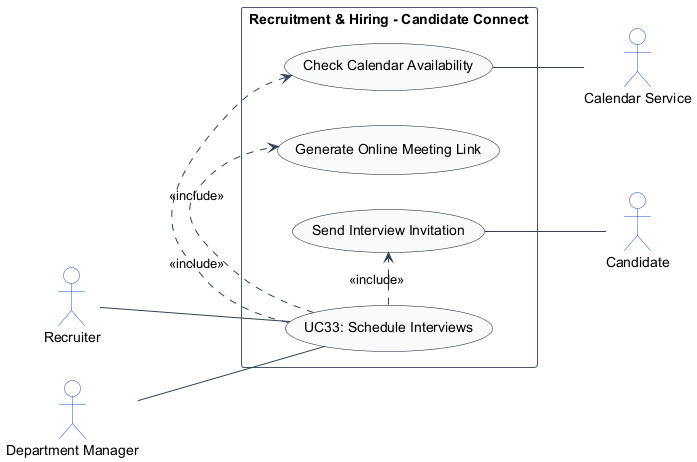
TamBui1706/HRPlatform keeps this PlantUML diagram as usecase_images/module_04_recruitment_hiring/UC33.png. Above is the earlier version.
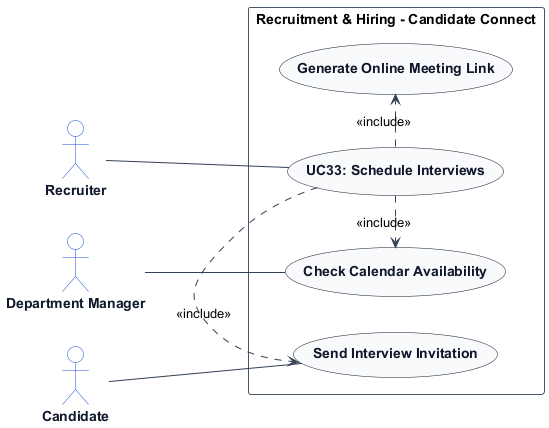
After the change.

What changed in the source:
```diff
@@ -7,15 +7,20 @@
 skinparam ArrowColor #334155
 skinparam ActorBorderColor #1d4ed8
 skinparam ActorBackgroundColor #ffffff
+skinparam ActorFontColor #0f172a
+skinparam ActorFontStyle bold
+
 skinparam UsecaseBorderColor #0f172a
 skinparam UsecaseBackgroundColor #f8fafc
+skinparam UsecaseFontColor #0f172a
+skinparam UsecaseFontStyle bold
+
 skinparam RectangleBorderColor #475569
 skinparam RectangleBackgroundColor #ffffff
 
 actor "Recruiter" as Recruiter
+actor "Department Manager" as DepartmentManager
 actor "Candidate" as Candidate
-actor "Department Manager" as DepartmentManager
-actor "Calendar Service" as CalendarService
 
 rectangle "Recruitment & Hiring - Candidate Connect" {
     usecase "UC33: Schedule Interviews" as UC_Main
@@ -24,11 +29,10 @@
     usecase "Send Interview Invitation" as UC_SendInvite
 
     Recruiter -- UC_Main
-    DepartmentManager -- UC_Main
+    DepartmentManager -- UC_CheckCal
+    Candidate -- UC_SendInvite
     UC_Main .> UC_CheckCal : <<include>>
     UC_Main .> UC_GenLink : <<include>>
     UC_Main .> UC_SendInvite : <<include>>
-    UC_CheckCal -- CalendarService
-    UC_SendInvite -- Candidate
 }
 @enduml
```
